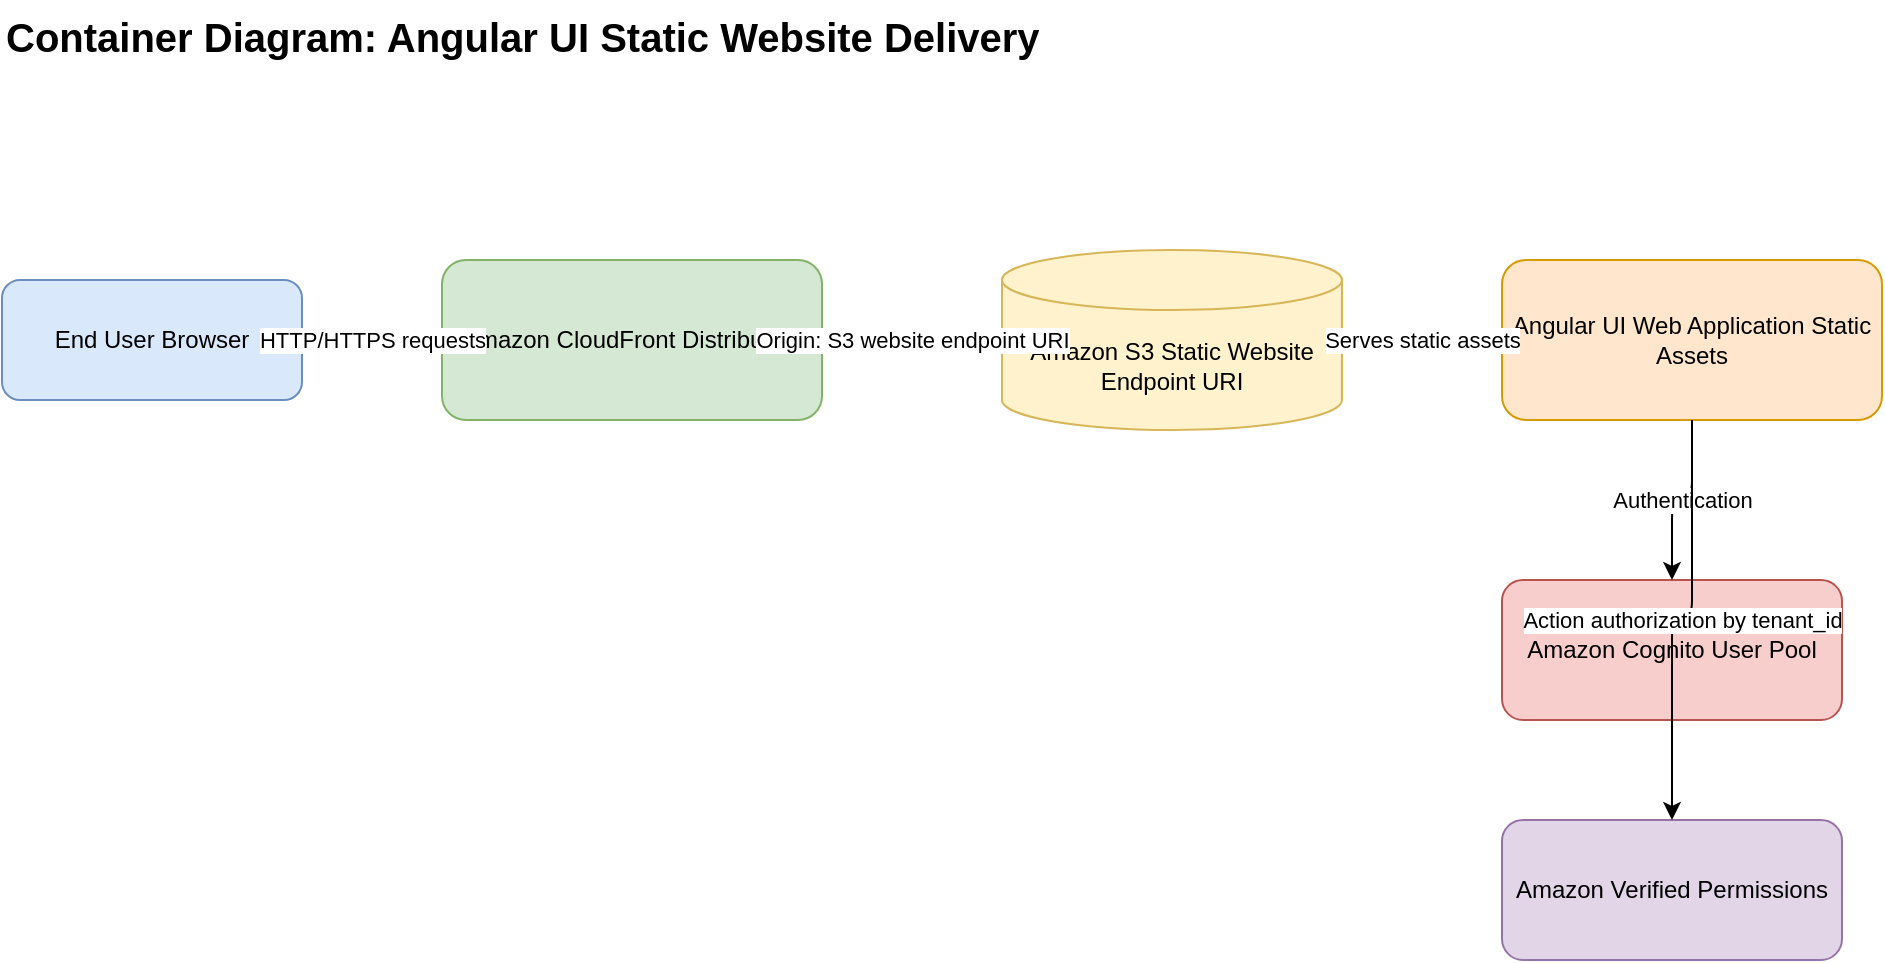
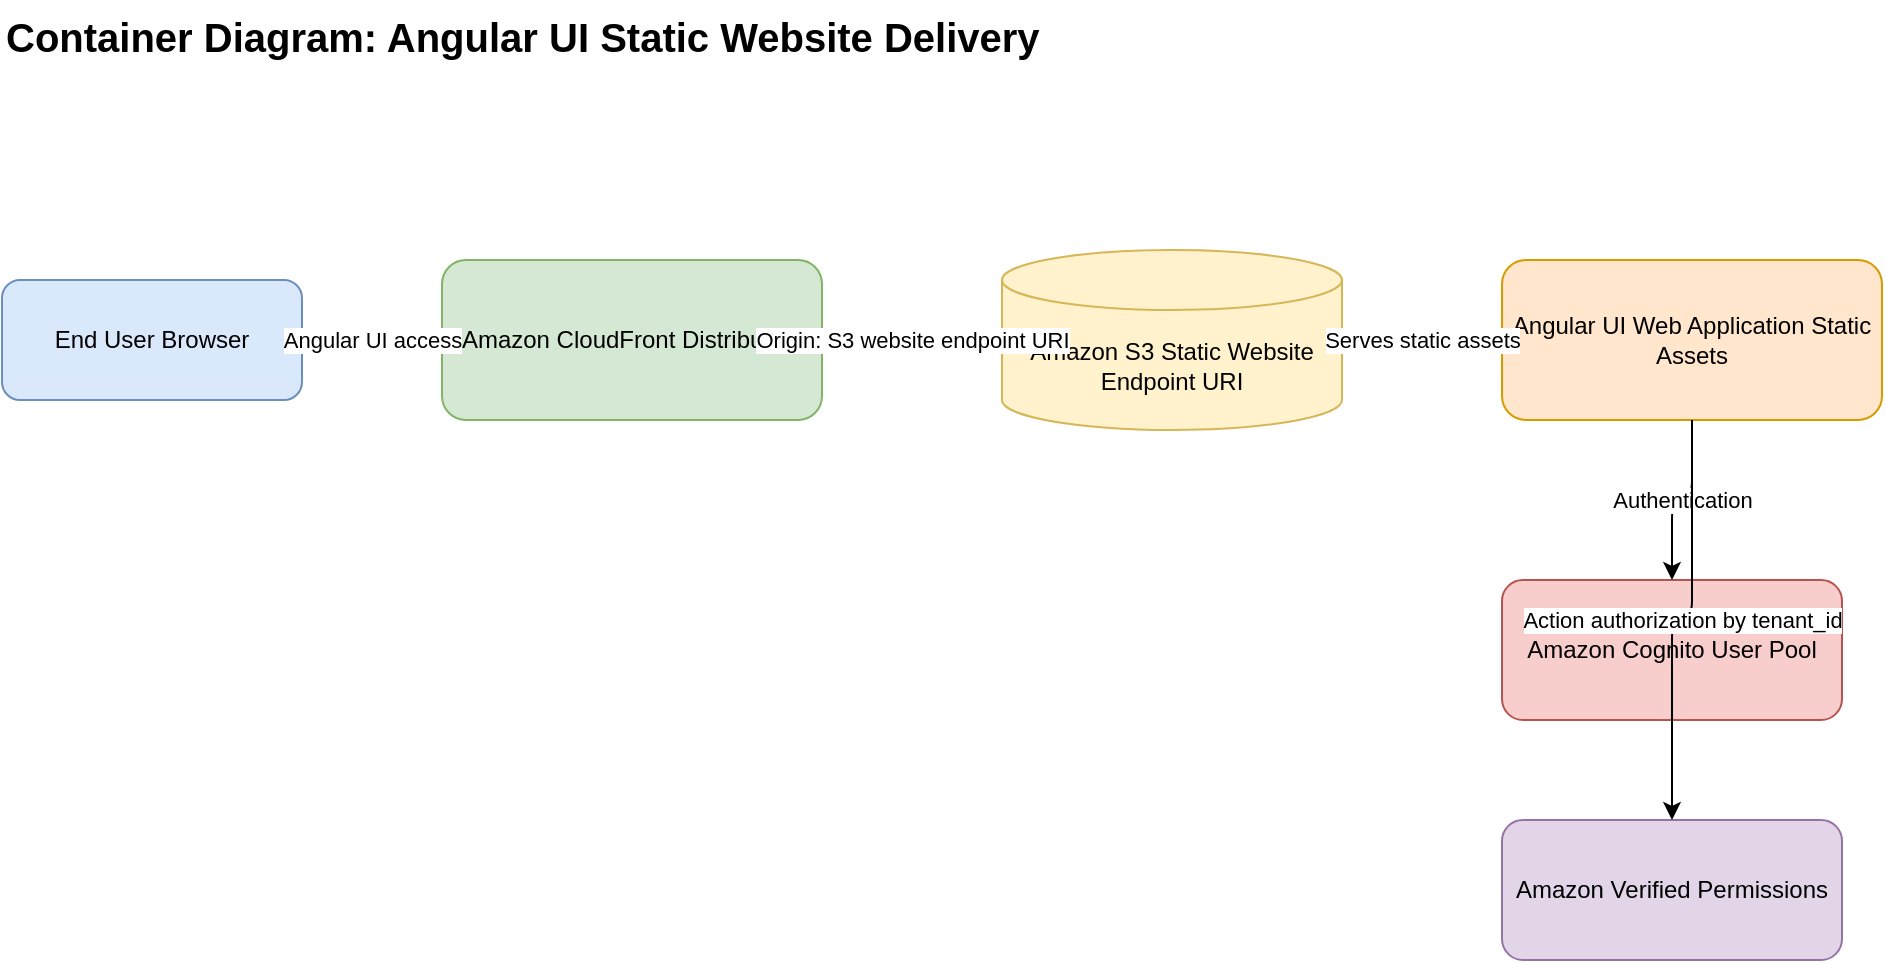
<mxGraphModel dx="1200" dy="800" grid="1" gridSize="10" guides="1" tooltips="1" connect="1" arrows="1" fold="1" page="1" pageScale="1" pageWidth="1200" pageHeight="850" math="0" shadow="0" adaptiveColors="auto">
  <root>
    <mxCell id="0"/>
    <mxCell id="1" parent="0"/>
    <mxCell id="title" value="Container Diagram: Angular UI Static Website Delivery" style="text;html=1;fontSize=20;fontStyle=1;strokeColor=none;fillColor=none;" vertex="1" parent="1">
      <mxGeometry x="40" y="20" width="600" height="40" as="geometry"/>
    </mxCell>
    <mxCell id="user" value="End User Browser" style="rounded=1;whiteSpace=wrap;html=1;fillColor=#dae8fc;strokeColor=#6c8ebf;" vertex="1" parent="1">
      <mxGeometry x="40" y="160" width="150" height="60" as="geometry"/>
    </mxCell>
    <mxCell id="cloudfront" value="Amazon CloudFront Distribution" style="rounded=1;whiteSpace=wrap;html=1;fillColor=#d5e8d4;strokeColor=#82b366;" vertex="1" parent="1">
      <mxGeometry x="260" y="150" width="190" height="80" as="geometry"/>
    </mxCell>
    <mxCell id="s3" value="Amazon S3 Static Website Endpoint URI" style="shape=cylinder3;whiteSpace=wrap;html=1;boundedLbl=1;backgroundOutline=1;size=15;fillColor=#fff2cc;strokeColor=#d6b656;" vertex="1" parent="1">
      <mxGeometry x="540" y="145" width="170" height="90" as="geometry"/>
    </mxCell>
    <mxCell id="angular" value="Angular UI Web Application Static Assets" style="rounded=1;whiteSpace=wrap;html=1;fillColor=#ffe6cc;strokeColor=#d79b00;" vertex="1" parent="1">
      <mxGeometry x="790" y="150" width="190" height="80" as="geometry"/>
    </mxCell>
    <mxCell id="cognito" value="Amazon Cognito User Pool" style="rounded=1;whiteSpace=wrap;html=1;fillColor=#f8cecc;strokeColor=#b85450;" vertex="1" parent="1">
      <mxGeometry x="790" y="310" width="170" height="70" as="geometry"/>
    </mxCell>
    <mxCell id="avp" value="Amazon Verified Permissions" style="rounded=1;whiteSpace=wrap;html=1;fillColor=#e1d5e7;strokeColor=#9673a6;" vertex="1" parent="1">
      <mxGeometry x="790" y="430" width="170" height="70" as="geometry"/>
    </mxCell>
-     <mxCell id="e1" value="HTTP/HTTPS requests" style="edgeStyle=orthogonalEdgeStyle;rounded=1;html=1;endArrow=classic;" edge="1" parent="1" source="user" target="cloudfront">
+     <mxCell id="e1" value="Angular UI access" style="edgeStyle=orthogonalEdgeStyle;rounded=1;html=1;endArrow=classic;" edge="1" parent="1" source="user" target="cloudfront">
      <mxGeometry relative="1" as="geometry"/>
    </mxCell>
    <mxCell id="e2" value="Origin: S3 website endpoint URI" style="edgeStyle=orthogonalEdgeStyle;rounded=1;html=1;endArrow=classic;" edge="1" parent="1" source="cloudfront" target="s3">
      <mxGeometry relative="1" as="geometry"/>
    </mxCell>
    <mxCell id="e3" value="Serves static assets" style="edgeStyle=orthogonalEdgeStyle;rounded=1;html=1;endArrow=classic;" edge="1" parent="1" source="s3" target="angular">
      <mxGeometry relative="1" as="geometry"/>
    </mxCell>
    <mxCell id="e4" value="Authentication" style="edgeStyle=orthogonalEdgeStyle;rounded=1;html=1;endArrow=classic;" edge="1" parent="1" source="angular" target="cognito">
      <mxGeometry relative="1" as="geometry"/>
    </mxCell>
    <mxCell id="e5" value="Action authorization by tenant_id" style="edgeStyle=orthogonalEdgeStyle;rounded=1;html=1;endArrow=classic;" edge="1" parent="1" source="angular" target="avp">
      <mxGeometry relative="1" as="geometry"/>
    </mxCell>
  </root>
</mxGraphModel>
- 
